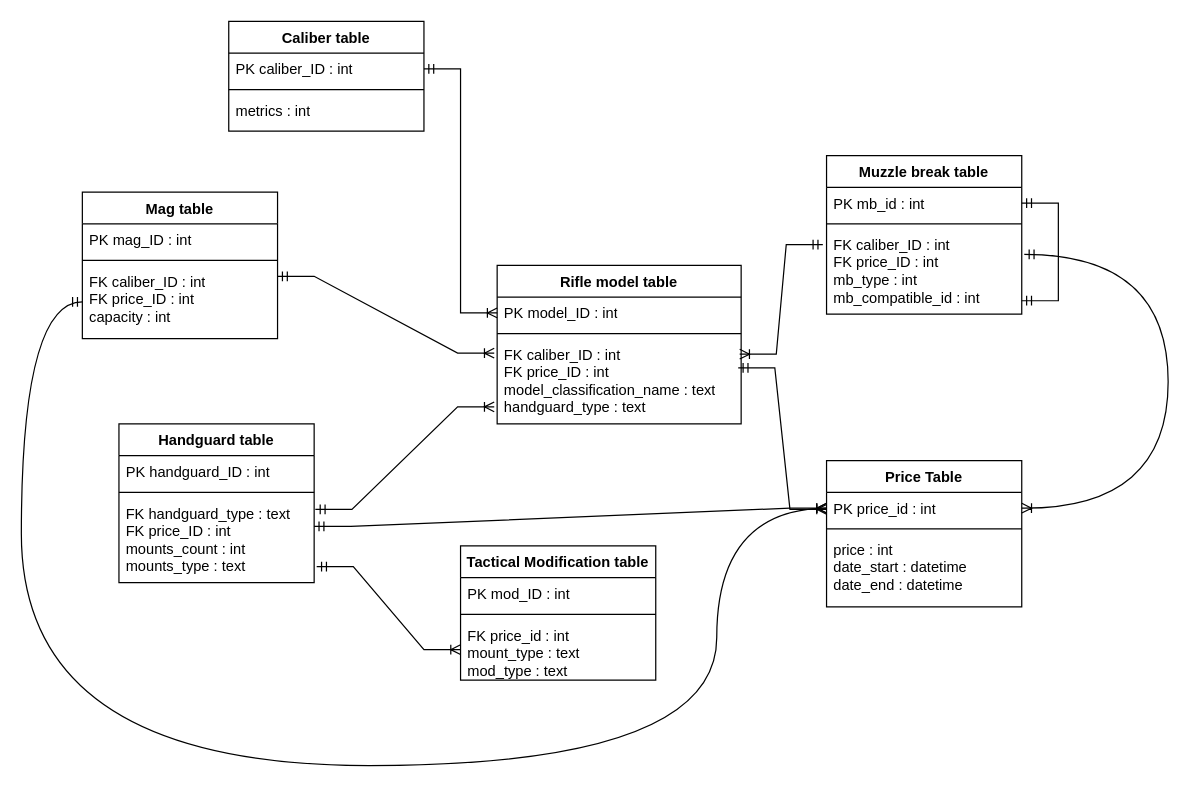
The draw.io diagram концептуальная модель.drawio in dmitrbudko/baze_dannih, before the edit. Source tidied: cells renumbered, new cells numbered last; positions are measured from the earlier drawing's top-left corner, leaving out a move shared by most shapes. Both pictures are drawn from the tidied source at 122%, with x=0, y=0 at pixel (21, 21).
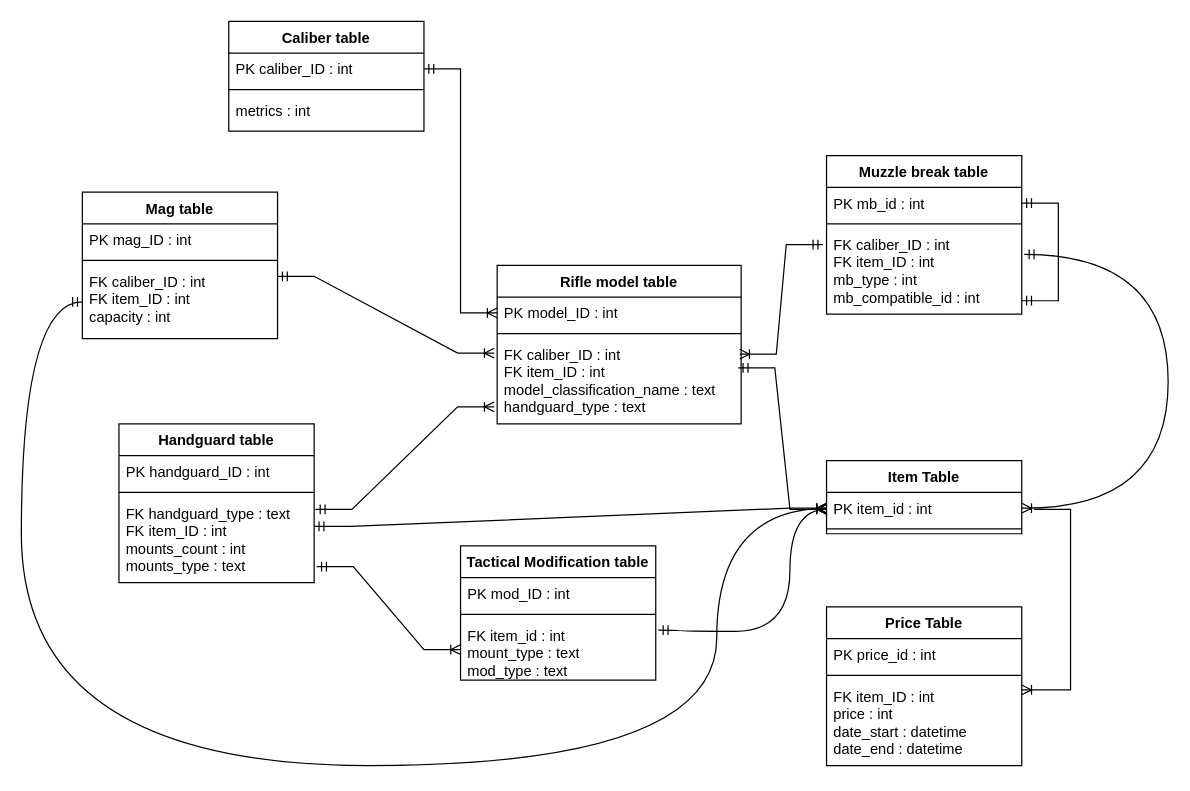
After the change.

Commit message (it also covers changes not shown here):
Realizoval Item_Table

Unchanged cells that the change refers to:
```xml
<mxCell id="2" value="Rifle model table" style="swimlane;fontStyle=1;align=center;verticalAlign=top;horizontal=1;startSize=26;whiteSpace=wrap;html=1;" parent="1" vertex="1">
  <mxGeometry x="390" y="200" width="200" height="130" as="geometry" />
</mxCell>
<mxCell id="11" value="Muzzle break table" style="swimlane;fontStyle=1;align=center;verticalAlign=top;horizontal=1;startSize=26;whiteSpace=wrap;html=1;" parent="1" vertex="1">
  <mxGeometry x="660" y="110" width="160" height="130" as="geometry" />
</mxCell>
<mxCell id="16" value="Mag table" style="swimlane;fontStyle=1;align=center;verticalAlign=top;horizontal=1;startSize=26;whiteSpace=wrap;html=1;" parent="1" vertex="1">
  <mxGeometry x="50" y="140" width="160" height="120" as="geometry" />
</mxCell>
<mxCell id="22" value="Handguard table" style="swimlane;fontStyle=1;align=center;verticalAlign=top;horizontal=1;startSize=26;whiteSpace=wrap;html=1;" parent="1" vertex="1">
  <mxGeometry x="80" y="330" width="160" height="130" as="geometry" />
</mxCell>
<mxCell id="27" value="Tactical Modification table" style="swimlane;fontStyle=1;align=center;verticalAlign=top;horizontal=1;startSize=26;whiteSpace=wrap;html=1;" parent="1" vertex="1">
  <mxGeometry x="360" y="430" width="160" height="110" as="geometry" />
</mxCell>
```

The edit, as a diff of the source:
```diff
@@
-    <mxCell id="5" value="&lt;div&gt;FK caliber_ID : int&lt;br&gt;&lt;/div&gt;&lt;div&gt;FK price_ID : int&lt;/div&gt;model_classification_name : text&lt;div&gt;handguard_type : text&lt;/div&gt;" style="text;strokeColor=none;fillColor=none;align=left;verticalAlign=top;spacingLeft=4;spacingRight=4;overflow=hidden;points=[[0,0.5],[1,0.5]];portConstraint=eastwest;whiteSpace=wrap;html=1;" parent="2" vertex="1">
+    <mxCell id="5" value="&lt;div&gt;FK caliber_ID : int&lt;br&gt;&lt;/div&gt;&lt;div&gt;FK item_ID : int&lt;/div&gt;model_classification_name : text&lt;div&gt;handguard_type : text&lt;/div&gt;" style="text;strokeColor=none;fillColor=none;align=left;verticalAlign=top;spacingLeft=4;spacingRight=4;overflow=hidden;points=[[0,0.5],[1,0.5]];portConstraint=eastwest;whiteSpace=wrap;html=1;" parent="2" vertex="1">
       <mxGeometry y="60" width="200" height="70" as="geometry" />
     </mxCell>
@@
-    <mxCell id="14" value="&lt;div&gt;FK caliber_ID : int&lt;br&gt;&lt;/div&gt;&lt;div&gt;FK price_ID : int&lt;/div&gt;mb_type : int&lt;div&gt;mb_compatible_id : int&lt;/div&gt;" style="text;strokeColor=none;fillColor=none;align=left;verticalAlign=top;spacingLeft=4;spacingRight=4;overflow=hidden;points=[[0,0.5],[1,0.5]];portConstraint=eastwest;whiteSpace=wrap;html=1;" parent="11" vertex="1">
+    <mxCell id="14" value="&lt;div&gt;FK caliber_ID : int&lt;br&gt;&lt;/div&gt;&lt;div&gt;FK item_ID : int&lt;/div&gt;mb_type : int&lt;div&gt;mb_compatible_id : int&lt;/div&gt;" style="text;strokeColor=none;fillColor=none;align=left;verticalAlign=top;spacingLeft=4;spacingRight=4;overflow=hidden;points=[[0,0.5],[1,0.5]];portConstraint=eastwest;whiteSpace=wrap;html=1;" parent="11" vertex="1">
       <mxGeometry y="60" width="160" height="70" as="geometry" />
     </mxCell>
@@
-    <mxCell id="19" value="&lt;div&gt;FK caliber_ID : int&lt;/div&gt;&lt;div&gt;FK price_ID : int&lt;/div&gt;capacity : int" style="text;strokeColor=none;fillColor=none;align=left;verticalAlign=top;spacingLeft=4;spacingRight=4;overflow=hidden;points=[[0,0.5],[1,0.5]];portConstraint=eastwest;whiteSpace=wrap;html=1;" parent="16" vertex="1">
+    <mxCell id="19" value="&lt;div&gt;FK caliber_ID : int&lt;/div&gt;&lt;div&gt;FK item_ID : int&lt;/div&gt;capacity : int" style="text;strokeColor=none;fillColor=none;align=left;verticalAlign=top;spacingLeft=4;spacingRight=4;overflow=hidden;points=[[0,0.5],[1,0.5]];portConstraint=eastwest;whiteSpace=wrap;html=1;" parent="16" vertex="1">
       <mxGeometry y="60" width="160" height="60" as="geometry" />
     </mxCell>
@@
-    <mxCell id="25" value="FK handguard_type : text&lt;div&gt;FK price_ID : int&lt;br&gt;&lt;div&gt;&lt;/div&gt;&lt;div&gt;mounts_count : int&lt;/div&gt;&lt;div&gt;mounts_type : text&lt;/div&gt;&lt;/div&gt;" style="text;strokeColor=none;fillColor=none;align=left;verticalAlign=top;spacingLeft=4;spacingRight=4;overflow=hidden;points=[[0,0.5],[1,0.5]];portConstraint=eastwest;whiteSpace=wrap;html=1;" parent="22" vertex="1">
+    <mxCell id="25" value="FK handguard_type : text&lt;div&gt;FK item_ID : int&lt;br&gt;&lt;div&gt;&lt;/div&gt;&lt;div&gt;mounts_count : int&lt;/div&gt;&lt;div&gt;mounts_type : text&lt;/div&gt;&lt;/div&gt;" style="text;strokeColor=none;fillColor=none;align=left;verticalAlign=top;spacingLeft=4;spacingRight=4;overflow=hidden;points=[[0,0.5],[1,0.5]];portConstraint=eastwest;whiteSpace=wrap;html=1;" parent="22" vertex="1">
       <mxGeometry y="60" width="160" height="70" as="geometry" />
     </mxCell>
@@
-    <mxCell id="30" value="&lt;div&gt;FK price_id : int&lt;/div&gt;mount_type : text&lt;div&gt;mod_type : text&lt;/div&gt;" style="text;strokeColor=none;fillColor=none;align=left;verticalAlign=top;spacingLeft=4;spacingRight=4;overflow=hidden;points=[[0,0.5],[1,0.5]];portConstraint=eastwest;whiteSpace=wrap;html=1;" parent="27" vertex="1">
+    <mxCell id="30" value="&lt;div&gt;FK item_id : int&lt;/div&gt;mount_type : text&lt;div&gt;mod_type : text&lt;/div&gt;" style="text;strokeColor=none;fillColor=none;align=left;verticalAlign=top;spacingLeft=4;spacingRight=4;overflow=hidden;points=[[0,0.5],[1,0.5]];portConstraint=eastwest;whiteSpace=wrap;html=1;" parent="27" vertex="1">
       <mxGeometry y="60" width="160" height="50" as="geometry" />
     </mxCell>
@@
-    <mxCell id="32" value="Price Table" style="swimlane;fontStyle=1;align=center;verticalAlign=top;horizontal=1;startSize=26;whiteSpace=wrap;html=1;" parent="1" vertex="1">
-      <mxGeometry x="660" y="360" width="160" height="120" as="geometry" />
+    <mxCell id="32" value="Item Table" style="swimlane;fontStyle=1;align=center;verticalAlign=top;horizontal=1;startSize=26;whiteSpace=wrap;html=1;" parent="1" vertex="1">
+      <mxGeometry x="660" y="360" width="160" height="60" as="geometry" />
     </mxCell>
-    <mxCell id="33" value="PK price_id : int" style="text;strokeColor=none;fillColor=none;align=left;verticalAlign=top;spacingLeft=4;spacingRight=4;overflow=hidden;points=[[0,0.5],[1,0.5]];portConstraint=eastwest;whiteSpace=wrap;html=1;" parent="32" vertex="1">
+    <mxCell id="33" value="PK item&lt;span style=&quot;background-color: initial;&quot;&gt;_id : int&lt;/span&gt;" style="text;strokeColor=none;fillColor=none;align=left;verticalAlign=top;spacingLeft=4;spacingRight=4;overflow=hidden;points=[[0,0.5],[1,0.5]];portConstraint=eastwest;whiteSpace=wrap;html=1;" parent="32" vertex="1">
       <mxGeometry y="26" width="160" height="26" as="geometry" />
     </mxCell>
@@
-    <mxCell id="35" value="price : int&lt;div&gt;date_start : datetime&lt;/div&gt;&lt;div&gt;date_end : datetime&lt;/div&gt;" style="text;strokeColor=none;fillColor=none;align=left;verticalAlign=top;spacingLeft=4;spacingRight=4;overflow=hidden;whiteSpace=wrap;html=1;" parent="32" vertex="1">
-      <mxGeometry y="60" width="160" height="60" as="geometry" />
-    </mxCell>
@@
+    <mxCell id="40" value="Price Table" style="swimlane;fontStyle=1;align=center;verticalAlign=top;horizontal=1;startSize=26;whiteSpace=wrap;html=1;" parent="1" vertex="1">
+      <mxGeometry x="660" y="480" width="160" height="130" as="geometry" />
+    </mxCell>
+    <mxCell id="41" value="PK price_id : int" style="text;strokeColor=none;fillColor=none;align=left;verticalAlign=top;spacingLeft=4;spacingRight=4;overflow=hidden;whiteSpace=wrap;html=1;" parent="40" vertex="1">
+      <mxGeometry y="26" width="160" height="26" as="geometry" />
+    </mxCell>
+    <mxCell id="42" style="line;strokeWidth=1;fillColor=none;align=left;verticalAlign=middle;spacingTop=-1;spacingLeft=3;spacingRight=3;labelPosition=right;strokeColor=inherit;" parent="40" vertex="1">
+      <mxGeometry y="52" width="160" height="8" as="geometry" />
+    </mxCell>
+    <mxCell id="43" value="&lt;div&gt;FK item_ID : int&lt;/div&gt;price : int&lt;div&gt;date_start : datetime&lt;/div&gt;&lt;div&gt;date_end : datetime&lt;/div&gt;" style="text;strokeColor=none;fillColor=none;align=left;verticalAlign=top;spacingLeft=4;spacingRight=4;overflow=hidden;points=[[0,0.5],[1,0.5]];portConstraint=eastwest;whiteSpace=wrap;html=1;" parent="40" vertex="1">
+      <mxGeometry y="60" width="160" height="70" as="geometry" />
+    </mxCell>
+    <mxCell id="44" style="edgeStyle=orthogonalEdgeStyle;fontSize=12;html=1;endArrow=ERoneToMany;startArrow=ERmandOne;rounded=0;exitX=1.013;exitY=0.18;exitDx=0;exitDy=0;exitPerimeter=0;curved=1;" parent="1" edge="1" source="30">
+      <mxGeometry relative="1" as="geometry">
+        <mxPoint x="660" y="400" as="targetPoint" />
+        <Array as="points">
+          <mxPoint x="540" y="499" />
+          <mxPoint x="540" y="500" />
+          <mxPoint x="630" y="500" />
+          <mxPoint x="630" y="400" />
+        </Array>
+      </mxGeometry>
+    </mxCell>
+    <mxCell id="45" style="edgeStyle=entityRelationEdgeStyle;fontSize=12;html=1;endArrow=ERoneToMany;rounded=0;entryX=1;entryY=0.114;entryDx=0;entryDy=0;entryPerimeter=0;" parent="1" edge="1" target="43">
+      <mxGeometry relative="1" as="geometry">
+        <mxPoint x="830" y="400" as="sourcePoint" />
+      </mxGeometry>
+    </mxCell>
```
